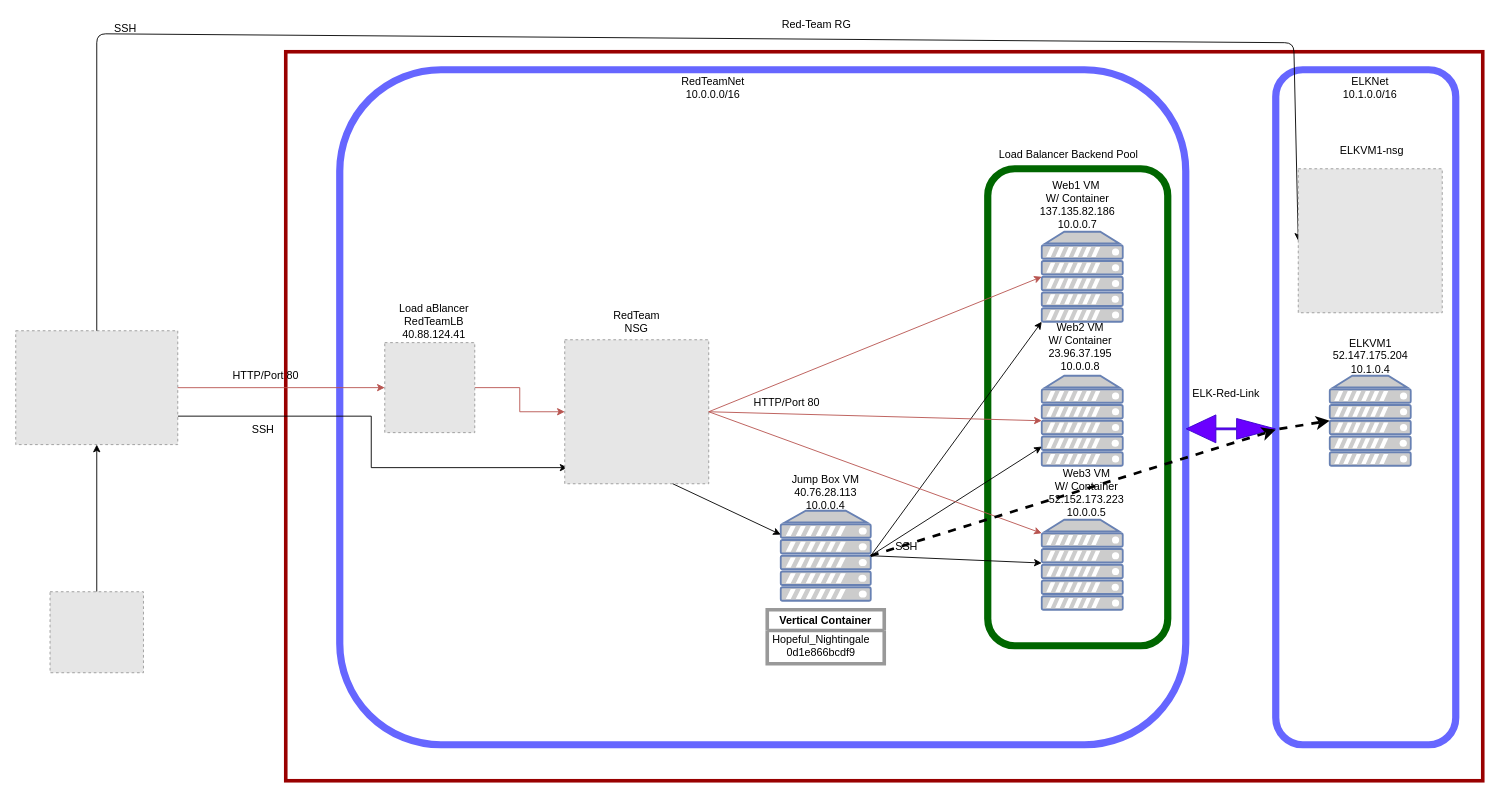
Above: Project 1 Diagram.drawio in PGabra/ELK-Stack-Repo (draw.io), before the change. Source tidied: cells renumbered, new cells numbered last; positions are measured from the earlier drawing's top-left corner, leaving out a move shared by most shapes. Both pictures are drawn from the tidied source at 90%, with x=0, y=0 at pixel (15, 15). Pictures stored in the file or linked from it are replaced by grey dashed boxes.
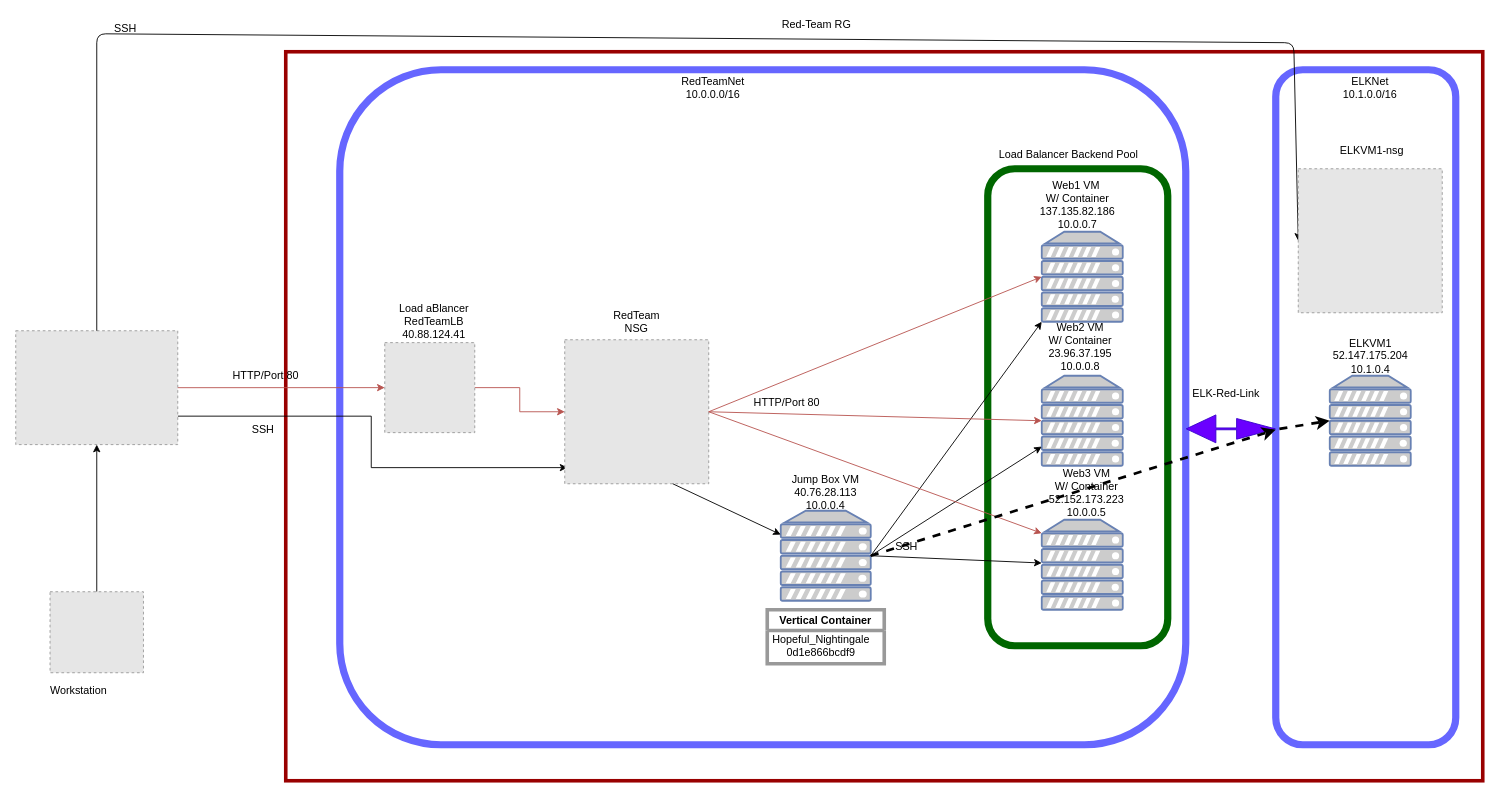
Above is the later version.

Diff of the diagram source:
```diff
@@
+    <mxCell id="53" value="Workstation" style="text;html=1;strokeColor=none;fillColor=none;align=center;verticalAlign=middle;whiteSpace=wrap;rounded=0;" parent="1" vertex="1">
+      <mxGeometry x="50" y="740" width="40" height="20" as="geometry" />
+    </mxCell>
```
